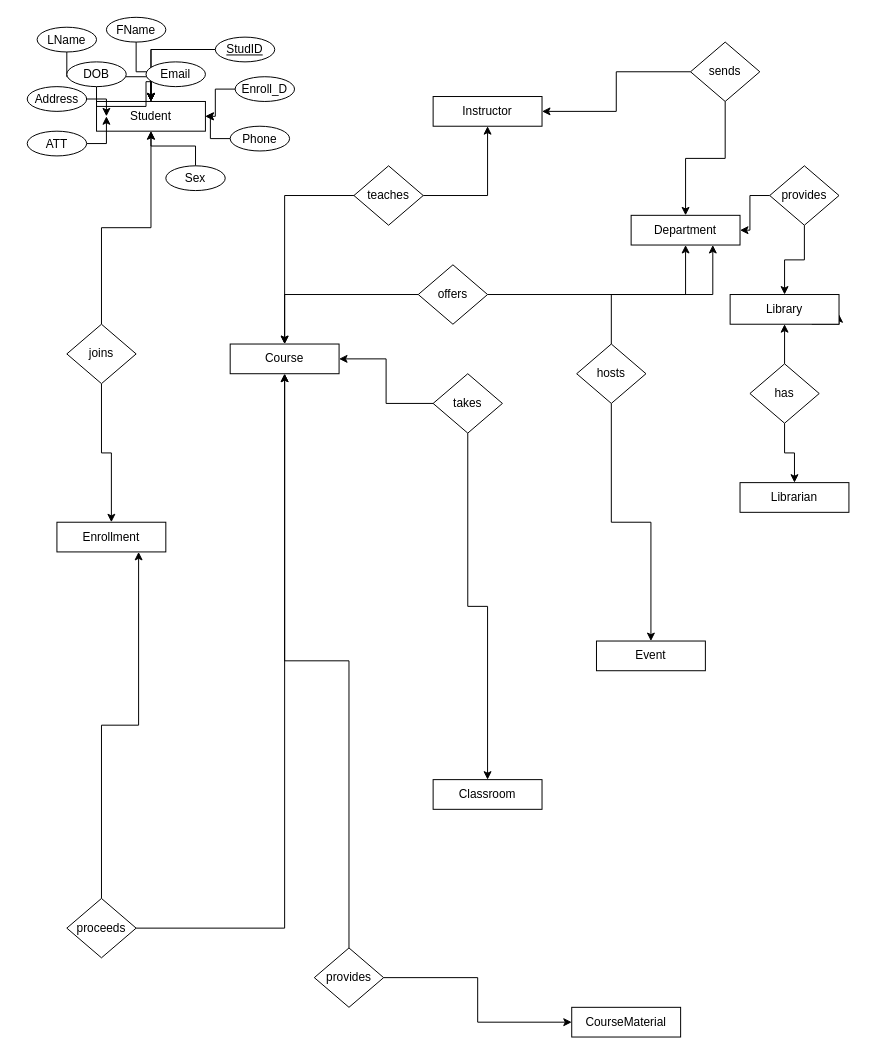
The draw.io diagram Untitled Diagram.drawio in sho6000/testin-CRST, before the edit. Source tidied: cells renumbered, new cells numbered last; positions are measured from the earlier drawing's top-left corner, leaving out a move shared by most shapes. Both pictures are drawn from the tidied source at 99%, with x=0, y=0 at pixel (27, 17).
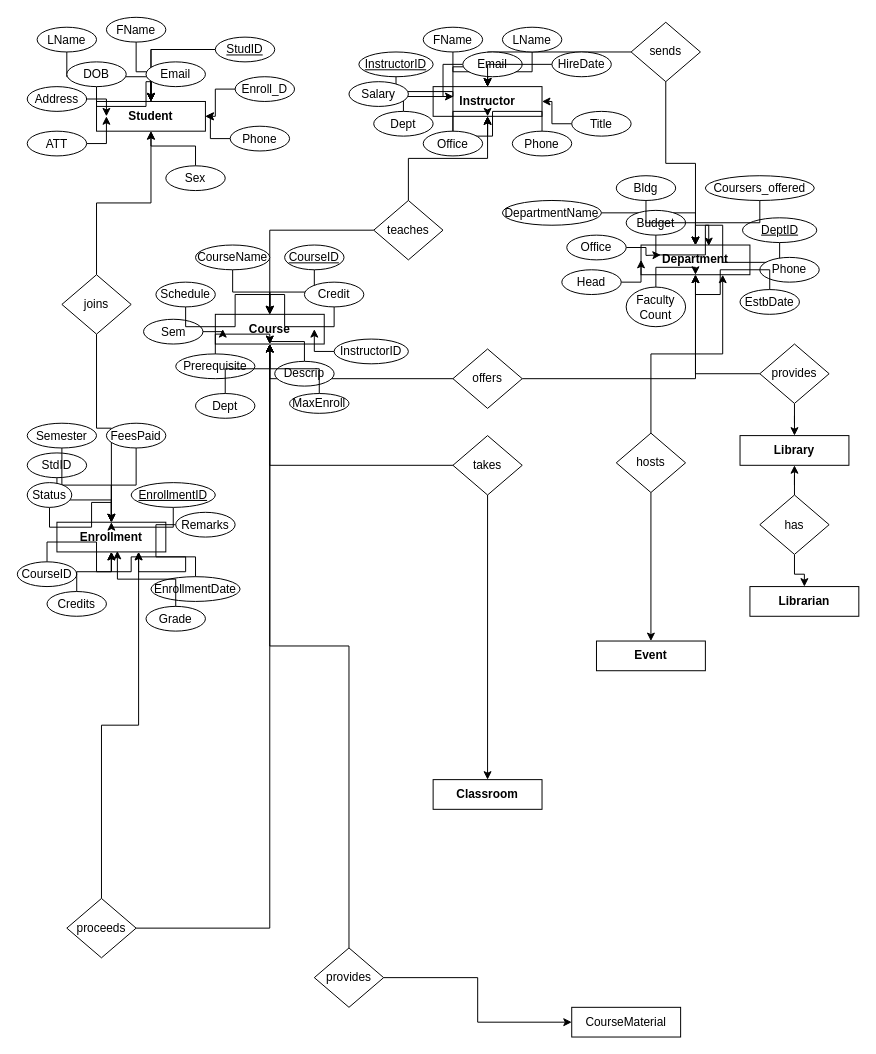
The same page after the edit.

Change to the diagram source:
```diff
@@
-    <mxCell id="2" value="Student" style="rounded=0;whiteSpace=wrap;html=1;" parent="1" vertex="1">
+    <mxCell id="2" value="&lt;b&gt;Student&lt;/b&gt;" style="rounded=0;whiteSpace=wrap;html=1;" parent="1" vertex="1">
       <mxGeometry x="70" y="85" width="110" height="30" as="geometry" />
     </mxCell>
-    <mxCell id="3" value="Event" style="rounded=0;whiteSpace=wrap;html=1;" parent="1" vertex="1">
+    <mxCell id="3" value="&lt;b&gt;Event&lt;/b&gt;" style="rounded=0;whiteSpace=wrap;html=1;" parent="1" vertex="1">
       <mxGeometry x="575" y="630" width="110" height="30" as="geometry" />
     </mxCell>
@@
-    <mxCell id="5" value="Librarian" style="rounded=0;whiteSpace=wrap;html=1;" parent="1" vertex="1">
-      <mxGeometry x="720" y="470" width="110" height="30" as="geometry" />
+    <mxCell id="5" value="&lt;b&gt;Librarian&lt;/b&gt;" style="rounded=0;whiteSpace=wrap;html=1;" parent="1" vertex="1">
+      <mxGeometry x="730" y="575" width="110" height="30" as="geometry" />
     </mxCell>
-    <mxCell id="6" style="edgeStyle=orthogonalEdgeStyle;rounded=0;jettySize=auto;html=1;exitX=0.75;exitY=1;exitDx=0;exitDy=0;" parent="1" edge="1" source="7">
-      <mxGeometry relative="1" as="geometry">
-        <mxPoint x="820" y="300" as="targetPoint" />
-      </mxGeometry>
-    </mxCell>
-    <mxCell id="7" value="Library" style="rounded=0;whiteSpace=wrap;html=1;" parent="1" vertex="1">
-      <mxGeometry x="710" y="280" width="110" height="30" as="geometry" />
+    <mxCell id="7" value="&lt;b&gt;Library&lt;/b&gt;" style="rounded=0;whiteSpace=wrap;html=1;" parent="1" vertex="1">
+      <mxGeometry x="720" y="422.5" width="110" height="30" as="geometry" />
     </mxCell>
-    <mxCell id="8" value="Classroom" style="rounded=0;whiteSpace=wrap;html=1;" parent="1" vertex="1">
+    <mxCell id="8" value="&lt;b&gt;Classroom&lt;/b&gt;" style="rounded=0;whiteSpace=wrap;html=1;" parent="1" vertex="1">
       <mxGeometry x="410" y="770" width="110" height="30" as="geometry" />
     </mxCell>
-    <mxCell id="9" value="Enrollment" style="rounded=0;whiteSpace=wrap;html=1;" parent="1" vertex="1">
+    <mxCell id="9" value="&lt;b&gt;Enrollment&lt;/b&gt;" style="rounded=0;whiteSpace=wrap;html=1;" parent="1" vertex="1">
       <mxGeometry x="30" y="510" width="110" height="30" as="geometry" />
     </mxCell>
-    <mxCell id="10" value="Department" style="rounded=0;whiteSpace=wrap;html=1;" parent="1" vertex="1">
-      <mxGeometry x="610" y="200" width="110" height="30" as="geometry" />
+    <mxCell id="10" value="&lt;b&gt;Department&lt;/b&gt;" style="rounded=0;whiteSpace=wrap;html=1;" parent="1" vertex="1">
+      <mxGeometry x="620" y="230" width="110" height="30" as="geometry" />
     </mxCell>
-    <mxCell id="11" value="Instructor" style="rounded=0;whiteSpace=wrap;html=1;" parent="1" vertex="1">
-      <mxGeometry x="410" y="80" width="110" height="30" as="geometry" />
+    <mxCell id="11" value="&lt;b&gt;Instructor&lt;/b&gt;" style="rounded=0;whiteSpace=wrap;html=1;" parent="1" vertex="1">
+      <mxGeometry x="410" y="70" width="110" height="30" as="geometry" />
     </mxCell>
-    <mxCell id="12" value="Course" style="rounded=0;whiteSpace=wrap;html=1;" parent="1" vertex="1">
-      <mxGeometry x="205" y="330" width="110" height="30" as="geometry" />
+    <mxCell id="12" value="&lt;b&gt;Course&lt;/b&gt;" style="rounded=0;whiteSpace=wrap;html=1;" parent="1" vertex="1">
+      <mxGeometry x="190" y="300" width="110" height="30" as="geometry" />
     </mxCell>
@@
     <mxCell id="15" value="joins" style="rhombus;whiteSpace=wrap;html=1;" parent="1" vertex="1">
-      <mxGeometry x="40" y="310" width="70" height="60" as="geometry" />
+      <mxGeometry x="35" y="260" width="70" height="60" as="geometry" />
     </mxCell>
@@
     <mxCell id="21" value="teaches" style="rhombus;whiteSpace=wrap;html=1;" parent="1" vertex="1">
-      <mxGeometry x="330" y="150" width="70" height="60" as="geometry" />
+      <mxGeometry x="350" y="185" width="70" height="60" as="geometry" />
     </mxCell>
@@
     <mxCell id="24" value="sends" style="rhombus;whiteSpace=wrap;html=1;" parent="1" vertex="1">
-      <mxGeometry x="670" y="25" width="70" height="60" as="geometry" />
+      <mxGeometry x="610" y="5" width="70" height="60" as="geometry" />
     </mxCell>
@@
     <mxCell id="27" value="offers" style="rhombus;whiteSpace=wrap;html=1;" parent="1" vertex="1">
-      <mxGeometry x="395" y="250" width="70" height="60" as="geometry" />
+      <mxGeometry x="430" y="335" width="70" height="60" as="geometry" />
     </mxCell>
@@
     <mxCell id="30" value="takes" style="rhombus;whiteSpace=wrap;html=1;" parent="1" vertex="1">
-      <mxGeometry x="410" y="360" width="70" height="60" as="geometry" />
+      <mxGeometry x="430" y="422.5" width="70" height="60" as="geometry" />
     </mxCell>
@@
     <mxCell id="33" value="hosts" style="rhombus;whiteSpace=wrap;html=1;" parent="1" vertex="1">
-      <mxGeometry x="555" y="330" width="70" height="60" as="geometry" />
+      <mxGeometry x="595" y="420" width="70" height="60" as="geometry" />
     </mxCell>
@@
     <mxCell id="36" value="provides" style="rhombus;whiteSpace=wrap;html=1;" parent="1" vertex="1">
-      <mxGeometry x="750" y="150" width="70" height="60" as="geometry" />
+      <mxGeometry x="740" y="330" width="70" height="60" as="geometry" />
     </mxCell>
@@
     <mxCell id="39" value="has" style="rhombus;whiteSpace=wrap;html=1;" parent="1" vertex="1">
-      <mxGeometry x="730" y="350" width="70" height="60" as="geometry" />
+      <mxGeometry x="740" y="482.5" width="70" height="60" as="geometry" />
     </mxCell>
@@
+    <mxCell id="63" style="edgeStyle=orthogonalEdgeStyle;rounded=0;jettySize=auto;html=1;" parent="1" edge="1" source="64" target="9">
+      <mxGeometry relative="1" as="geometry" />
+    </mxCell>
+    <mxCell id="64" value="&lt;u&gt;EnrollmentID&lt;/u&gt;" style="ellipse;whiteSpace=wrap;html=1;" parent="1" vertex="1">
+      <mxGeometry x="105" y="470" width="85" height="25" as="geometry" />
+    </mxCell>
+    <mxCell id="65" style="edgeStyle=orthogonalEdgeStyle;rounded=0;jettySize=auto;html=1;" parent="1" edge="1" source="66" target="9">
+      <mxGeometry relative="1" as="geometry" />
+    </mxCell>
+    <mxCell id="66" value="StdID" style="ellipse;whiteSpace=wrap;html=1;" parent="1" vertex="1">
+      <mxGeometry y="440" width="60" height="25" as="geometry" />
+    </mxCell>
+    <mxCell id="67" style="edgeStyle=orthogonalEdgeStyle;rounded=0;jettySize=auto;html=1;" parent="1" edge="1" source="68" target="9">
+      <mxGeometry relative="1" as="geometry" />
+    </mxCell>
+    <mxCell id="68" value="CourseID" style="ellipse;whiteSpace=wrap;html=1;" parent="1" vertex="1">
+      <mxGeometry x="-10" y="550" width="60" height="25" as="geometry" />
+    </mxCell>
+    <mxCell id="69" style="edgeStyle=orthogonalEdgeStyle;rounded=0;jettySize=auto;html=1;" parent="1" edge="1" source="70" target="9">
+      <mxGeometry relative="1" as="geometry" />
+    </mxCell>
+    <mxCell id="70" value="EnrollmentDate" style="ellipse;whiteSpace=wrap;html=1;" parent="1" vertex="1">
+      <mxGeometry x="125" y="565" width="90" height="25" as="geometry" />
+    </mxCell>
+    <mxCell id="71" value="Grade" style="ellipse;whiteSpace=wrap;html=1;" parent="1" vertex="1">
+      <mxGeometry x="120" y="595" width="60" height="25" as="geometry" />
+    </mxCell>
+    <mxCell id="72" style="edgeStyle=orthogonalEdgeStyle;rounded=0;jettySize=auto;html=1;" parent="1" edge="1" source="73" target="9">
+      <mxGeometry relative="1" as="geometry" />
+    </mxCell>
+    <mxCell id="73" value="Semester" style="ellipse;whiteSpace=wrap;html=1;" parent="1" vertex="1">
+      <mxGeometry y="410" width="70" height="25" as="geometry" />
+    </mxCell>
+    <mxCell id="74" style="edgeStyle=orthogonalEdgeStyle;rounded=0;jettySize=auto;html=1;" parent="1" edge="1" source="75" target="9">
+      <mxGeometry relative="1" as="geometry" />
+    </mxCell>
+    <mxCell id="75" value="Status" style="ellipse;whiteSpace=wrap;html=1;" parent="1" vertex="1">
+      <mxGeometry y="470" width="45" height="25" as="geometry" />
+    </mxCell>
+    <mxCell id="76" style="edgeStyle=orthogonalEdgeStyle;rounded=0;jettySize=auto;html=1;" parent="1" edge="1" source="77" target="9">
+      <mxGeometry relative="1" as="geometry" />
+    </mxCell>
+    <mxCell id="77" value="Credits" style="ellipse;whiteSpace=wrap;html=1;" parent="1" vertex="1">
+      <mxGeometry x="20" y="580" width="60" height="25" as="geometry" />
+    </mxCell>
+    <mxCell id="78" style="edgeStyle=orthogonalEdgeStyle;rounded=0;jettySize=auto;html=1;" parent="1" edge="1" source="79" target="9">
+      <mxGeometry relative="1" as="geometry" />
+    </mxCell>
+    <mxCell id="79" value="FeesPaid" style="ellipse;whiteSpace=wrap;html=1;" parent="1" vertex="1">
+      <mxGeometry x="80" y="410" width="60" height="25" as="geometry" />
+    </mxCell>
+    <mxCell id="80" style="edgeStyle=orthogonalEdgeStyle;rounded=0;jettySize=auto;html=1;entryX=0.75;entryY=1;entryDx=0;entryDy=0;" parent="1" edge="1" source="81" target="9">
+      <mxGeometry relative="1" as="geometry" />
+    </mxCell>
+    <mxCell id="81" value="Remarks" style="ellipse;whiteSpace=wrap;html=1;" parent="1" vertex="1">
+      <mxGeometry x="150" y="500" width="60" height="25" as="geometry" />
+    </mxCell>
+    <mxCell id="82" style="edgeStyle=orthogonalEdgeStyle;rounded=0;jettySize=auto;html=1;entryX=0.555;entryY=0.967;entryDx=0;entryDy=0;entryPerimeter=0;" parent="1" edge="1" source="71" target="9">
+      <mxGeometry relative="1" as="geometry" />
+    </mxCell>
+    <mxCell id="83" style="edgeStyle=orthogonalEdgeStyle;rounded=0;jettySize=auto;html=1;" parent="1" edge="1" source="84" target="12">
+      <mxGeometry relative="1" as="geometry" />
+    </mxCell>
+    <mxCell id="84" value="&lt;u&gt;CourseID&lt;/u&gt;" style="ellipse;whiteSpace=wrap;html=1;" parent="1" vertex="1">
+      <mxGeometry x="260" y="230" width="60" height="25" as="geometry" />
+    </mxCell>
+    <mxCell id="85" style="edgeStyle=orthogonalEdgeStyle;rounded=0;jettySize=auto;html=1;" parent="1" edge="1" source="86" target="12">
+      <mxGeometry relative="1" as="geometry" />
+    </mxCell>
+    <mxCell id="86" value="CourseName" style="ellipse;whiteSpace=wrap;html=1;" parent="1" vertex="1">
+      <mxGeometry x="170" y="230" width="75" height="25" as="geometry" />
+    </mxCell>
+    <mxCell id="87" style="edgeStyle=orthogonalEdgeStyle;rounded=0;jettySize=auto;html=1;" parent="1" edge="1" source="88" target="12">
+      <mxGeometry relative="1" as="geometry" />
+    </mxCell>
+    <mxCell id="88" value="Credit" style="ellipse;whiteSpace=wrap;html=1;" parent="1" vertex="1">
+      <mxGeometry x="280" y="267.5" width="60" height="25" as="geometry" />
+    </mxCell>
+    <mxCell id="89" style="edgeStyle=orthogonalEdgeStyle;rounded=0;jettySize=auto;html=1;" parent="1" edge="1" source="90" target="12">
+      <mxGeometry relative="1" as="geometry" />
+    </mxCell>
+    <mxCell id="90" value="InstructorID" style="ellipse;whiteSpace=wrap;html=1;" parent="1" vertex="1">
+      <mxGeometry x="310" y="325" width="75" height="25" as="geometry" />
+    </mxCell>
+    <mxCell id="91" style="edgeStyle=orthogonalEdgeStyle;rounded=0;jettySize=auto;html=1;" parent="1" edge="1" source="92" target="12">
+      <mxGeometry relative="1" as="geometry" />
+    </mxCell>
+    <mxCell id="92" value="Sem" style="ellipse;whiteSpace=wrap;html=1;" parent="1" vertex="1">
+      <mxGeometry x="117.5" y="305" width="60" height="25" as="geometry" />
+    </mxCell>
+    <mxCell id="93" style="edgeStyle=orthogonalEdgeStyle;rounded=0;jettySize=auto;html=1;" parent="1" edge="1" source="94" target="12">
+      <mxGeometry relative="1" as="geometry" />
+    </mxCell>
+    <mxCell id="94" value="Descrip" style="ellipse;whiteSpace=wrap;html=1;" parent="1" vertex="1">
+      <mxGeometry x="250" y="347.5" width="60" height="25" as="geometry" />
+    </mxCell>
+    <mxCell id="95" style="edgeStyle=orthogonalEdgeStyle;rounded=0;jettySize=auto;html=1;" parent="1" edge="1" source="96" target="12">
+      <mxGeometry relative="1" as="geometry" />
+    </mxCell>
+    <mxCell id="96" value="Schedule" style="ellipse;whiteSpace=wrap;html=1;" parent="1" vertex="1">
+      <mxGeometry x="130" y="267.5" width="60" height="25" as="geometry" />
+    </mxCell>
+    <mxCell id="97" style="edgeStyle=orthogonalEdgeStyle;rounded=0;jettySize=auto;html=1;" parent="1" edge="1" source="98" target="12">
+      <mxGeometry relative="1" as="geometry" />
+    </mxCell>
+    <mxCell id="98" value="MaxEnroll" style="ellipse;whiteSpace=wrap;html=1;" parent="1" vertex="1">
+      <mxGeometry x="265" y="380" width="60" height="20" as="geometry" />
+    </mxCell>
+    <mxCell id="99" style="edgeStyle=orthogonalEdgeStyle;rounded=0;jettySize=auto;html=1;" parent="1" edge="1" source="100" target="12">
+      <mxGeometry relative="1" as="geometry" />
+    </mxCell>
+    <mxCell id="100" value="Prerequisite" style="ellipse;whiteSpace=wrap;html=1;" parent="1" vertex="1">
+      <mxGeometry x="150" y="340" width="80" height="25" as="geometry" />
+    </mxCell>
+    <mxCell id="101" style="edgeStyle=orthogonalEdgeStyle;rounded=0;jettySize=auto;html=1;" parent="1" edge="1" source="102" target="12">
+      <mxGeometry relative="1" as="geometry" />
+    </mxCell>
+    <mxCell id="102" value="Dept" style="ellipse;whiteSpace=wrap;html=1;" parent="1" vertex="1">
+      <mxGeometry x="170" y="380" width="60" height="25" as="geometry" />
+    </mxCell>
+    <mxCell id="103" style="edgeStyle=orthogonalEdgeStyle;rounded=0;jettySize=auto;html=1;" parent="1" edge="1" source="104" target="11">
+      <mxGeometry relative="1" as="geometry" />
+    </mxCell>
+    <mxCell id="104" value="&lt;u&gt;InstructorID&lt;/u&gt;" style="ellipse;whiteSpace=wrap;html=1;" parent="1" vertex="1">
+      <mxGeometry x="335" y="35" width="75" height="25" as="geometry" />
+    </mxCell>
+    <mxCell id="105" style="edgeStyle=orthogonalEdgeStyle;rounded=0;jettySize=auto;html=1;" parent="1" edge="1" source="106" target="11">
+      <mxGeometry relative="1" as="geometry" />
+    </mxCell>
+    <mxCell id="106" value="FName" style="ellipse;whiteSpace=wrap;html=1;" parent="1" vertex="1">
+      <mxGeometry x="400" y="10" width="60" height="25" as="geometry" />
+    </mxCell>
+    <mxCell id="107" style="edgeStyle=orthogonalEdgeStyle;rounded=0;jettySize=auto;html=1;" parent="1" edge="1" source="108" target="11">
+      <mxGeometry relative="1" as="geometry" />
+    </mxCell>
+    <mxCell id="108" value="LName" style="ellipse;whiteSpace=wrap;html=1;" parent="1" vertex="1">
+      <mxGeometry x="480" y="10" width="60" height="25" as="geometry" />
+    </mxCell>
+    <mxCell id="109" style="edgeStyle=orthogonalEdgeStyle;rounded=0;jettySize=auto;html=1;" parent="1" edge="1" source="110" target="11">
+      <mxGeometry relative="1" as="geometry" />
+    </mxCell>
+    <mxCell id="110" value="Dept" style="ellipse;whiteSpace=wrap;html=1;" parent="1" vertex="1">
+      <mxGeometry x="350" y="95" width="60" height="25" as="geometry" />
+    </mxCell>
+    <mxCell id="111" style="edgeStyle=orthogonalEdgeStyle;rounded=0;jettySize=auto;html=1;" parent="1" edge="1" source="112">
+      <mxGeometry relative="1" as="geometry">
+        <mxPoint x="430" y="80" as="targetPoint" />
+      </mxGeometry>
+    </mxCell>
+    <mxCell id="112" value="Email" style="ellipse;whiteSpace=wrap;html=1;" parent="1" vertex="1">
+      <mxGeometry x="440" y="35" width="60" height="25" as="geometry" />
+    </mxCell>
+    <mxCell id="113" style="edgeStyle=orthogonalEdgeStyle;rounded=0;jettySize=auto;html=1;" parent="1" edge="1" source="114" target="11">
+      <mxGeometry relative="1" as="geometry" />
+    </mxCell>
+    <mxCell id="114" value="Phone" style="ellipse;whiteSpace=wrap;html=1;" parent="1" vertex="1">
+      <mxGeometry x="490" y="115" width="60" height="25" as="geometry" />
+    </mxCell>
+    <mxCell id="115" style="edgeStyle=orthogonalEdgeStyle;rounded=0;jettySize=auto;html=1;" parent="1" edge="1" source="116" target="11">
+      <mxGeometry relative="1" as="geometry" />
+    </mxCell>
+    <mxCell id="116" value="Office" style="ellipse;whiteSpace=wrap;html=1;" parent="1" vertex="1">
+      <mxGeometry x="400" y="115" width="60" height="25" as="geometry" />
+    </mxCell>
+    <mxCell id="117" style="edgeStyle=orthogonalEdgeStyle;rounded=0;jettySize=auto;html=1;" parent="1" edge="1" source="118" target="11">
+      <mxGeometry relative="1" as="geometry" />
+    </mxCell>
+    <mxCell id="118" value="HireDate" style="ellipse;whiteSpace=wrap;html=1;" parent="1" vertex="1">
+      <mxGeometry x="530" y="35" width="60" height="25" as="geometry" />
+    </mxCell>
+    <mxCell id="119" value="Salary" style="ellipse;whiteSpace=wrap;html=1;" parent="1" vertex="1">
+      <mxGeometry x="325" y="65" width="60" height="25" as="geometry" />
+    </mxCell>
+    <mxCell id="120" style="edgeStyle=orthogonalEdgeStyle;rounded=0;jettySize=auto;html=1;" parent="1" edge="1" source="121" target="11">
+      <mxGeometry relative="1" as="geometry" />
+    </mxCell>
+    <mxCell id="121" value="Title" style="ellipse;whiteSpace=wrap;html=1;" parent="1" vertex="1">
+      <mxGeometry x="550" y="95" width="60" height="25" as="geometry" />
+    </mxCell>
+    <mxCell id="122" style="edgeStyle=orthogonalEdgeStyle;rounded=0;jettySize=auto;html=1;" parent="1" edge="1" source="123" target="10">
+      <mxGeometry relative="1" as="geometry" />
+    </mxCell>
+    <mxCell id="123" value="&lt;u&gt;DeptID&lt;/u&gt;" style="ellipse;whiteSpace=wrap;html=1;" parent="1" vertex="1">
+      <mxGeometry x="722.5" y="202.5" width="75" height="25" as="geometry" />
+    </mxCell>
+    <mxCell id="124" style="edgeStyle=orthogonalEdgeStyle;rounded=0;jettySize=auto;html=1;" parent="1" edge="1" source="125" target="10">
+      <mxGeometry relative="1" as="geometry" />
+    </mxCell>
+    <mxCell id="125" value="DepartmentName" style="ellipse;whiteSpace=wrap;html=1;" parent="1" vertex="1">
+      <mxGeometry x="480" y="185" width="100" height="25" as="geometry" />
+    </mxCell>
+    <mxCell id="126" style="edgeStyle=orthogonalEdgeStyle;rounded=0;jettySize=auto;html=1;" parent="1" edge="1" source="127">
+      <mxGeometry relative="1" as="geometry">
+        <mxPoint x="640" y="240" as="targetPoint" />
+      </mxGeometry>
+    </mxCell>
+    <mxCell id="127" value="Office" style="ellipse;whiteSpace=wrap;html=1;" parent="1" vertex="1">
+      <mxGeometry x="545" y="220" width="60" height="25" as="geometry" />
+    </mxCell>
+    <mxCell id="128" value="Phone" style="ellipse;whiteSpace=wrap;html=1;" parent="1" vertex="1">
+      <mxGeometry x="740" y="242.5" width="60" height="25" as="geometry" />
+    </mxCell>
+    <mxCell id="129" style="edgeStyle=orthogonalEdgeStyle;rounded=0;jettySize=auto;html=1;" parent="1" edge="1" source="130" target="10">
+      <mxGeometry relative="1" as="geometry" />
+    </mxCell>
+    <mxCell id="130" value="Head" style="ellipse;whiteSpace=wrap;html=1;" parent="1" vertex="1">
+      <mxGeometry x="540" y="255" width="60" height="25" as="geometry" />
+    </mxCell>
+    <mxCell id="131" style="edgeStyle=orthogonalEdgeStyle;rounded=0;jettySize=auto;html=1;" parent="1" edge="1" source="132" target="10">
+      <mxGeometry relative="1" as="geometry" />
+    </mxCell>
+    <mxCell id="132" value="Faculty Count" style="ellipse;whiteSpace=wrap;html=1;" parent="1" vertex="1">
+      <mxGeometry x="605" y="272.5" width="60" height="40" as="geometry" />
+    </mxCell>
+    <mxCell id="133" style="edgeStyle=orthogonalEdgeStyle;rounded=0;jettySize=auto;html=1;" parent="1" edge="1" source="134" target="10">
+      <mxGeometry relative="1" as="geometry" />
+    </mxCell>
+    <mxCell id="134" value="EstbDate" style="ellipse;whiteSpace=wrap;html=1;" parent="1" vertex="1">
+      <mxGeometry x="720" y="275" width="60" height="25" as="geometry" />
+    </mxCell>
+    <mxCell id="135" value="Budget" style="ellipse;whiteSpace=wrap;html=1;" parent="1" vertex="1">
+      <mxGeometry x="605" y="195" width="60" height="25" as="geometry" />
+    </mxCell>
+    <mxCell id="136" style="edgeStyle=orthogonalEdgeStyle;rounded=0;jettySize=auto;html=1;" parent="1" edge="1" source="137" target="10">
+      <mxGeometry relative="1" as="geometry" />
+    </mxCell>
+    <mxCell id="137" value="Coursers_offered" style="ellipse;whiteSpace=wrap;html=1;" parent="1" vertex="1">
+      <mxGeometry x="685" y="160" width="110" height="25" as="geometry" />
+    </mxCell>
+    <mxCell id="138" style="edgeStyle=orthogonalEdgeStyle;rounded=0;jettySize=auto;html=1;" parent="1" edge="1" source="139" target="10">
+      <mxGeometry relative="1" as="geometry" />
+    </mxCell>
+    <mxCell id="139" value="Bldg" style="ellipse;whiteSpace=wrap;html=1;" parent="1" vertex="1">
+      <mxGeometry x="595" y="160" width="60" height="25" as="geometry" />
+    </mxCell>
+    <mxCell id="140" style="edgeStyle=orthogonalEdgeStyle;rounded=0;jettySize=auto;html=1;entryX=0.622;entryY=0.033;entryDx=0;entryDy=0;entryPerimeter=0;" parent="1" edge="1" source="135" target="10">
+      <mxGeometry relative="1" as="geometry" />
+    </mxCell>
```
